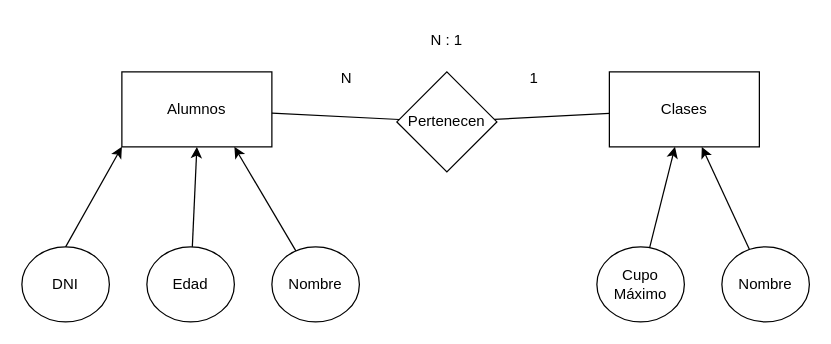
Above: escuela.drawio in pedronieto84/lowcode-nocode (draw.io), before the change. Source tidied: cells renumbered, new cells numbered last; positions are measured from the earlier drawing's top-left corner, leaving out a move shared by most shapes. Both pictures are drawn from the tidied source at 125%, with x=0, y=0 at pixel (21, 21).
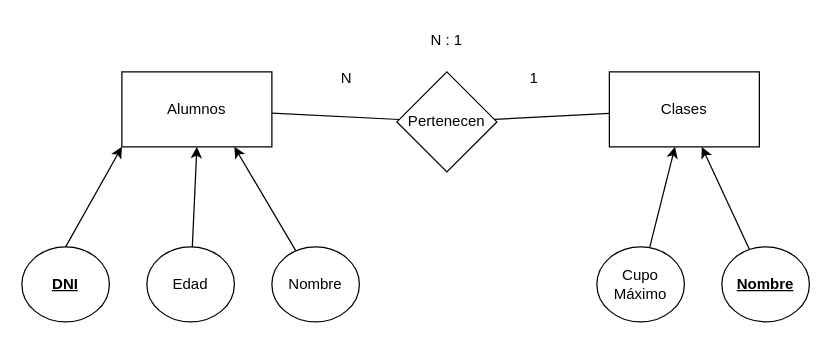
Above is the later version.

Commit message (it also covers changes not shown here):
Afegeixo la clau primaria per cada entitat.

Change to the diagram source:
```diff
@@
 <mxGraphModel>
   <root>
     <mxCell id="0" />
     <mxCell id="1" parent="0" />
     <mxCell id="2" value="Alumnos" style="rounded=0;whiteSpace=wrap;html=1;" parent="1" vertex="1">
       <mxGeometry x="80" y="40" width="120" height="60" as="geometry" />
     </mxCell>
     <mxCell id="3" value="Clases" style="rounded=0;whiteSpace=wrap;html=1;" parent="1" vertex="1">
       <mxGeometry x="470" y="40" width="120" height="60" as="geometry" />
     </mxCell>
     <mxCell id="4" style="edgeStyle=none;html=1;entryX=0.5;entryY=1;entryDx=0;entryDy=0;" parent="1" edge="1" source="5" target="2">
       <mxGeometry relative="1" as="geometry" />
     </mxCell>
     <mxCell id="5" value="Edad" style="ellipse;whiteSpace=wrap;html=1;" parent="1" vertex="1">
       <mxGeometry x="100" y="180" width="70" height="60" as="geometry" />
     </mxCell>
     <mxCell id="6" style="edgeStyle=none;html=1;entryX=0.75;entryY=1;entryDx=0;entryDy=0;" parent="1" edge="1" source="7" target="2">
       <mxGeometry relative="1" as="geometry" />
     </mxCell>
     <mxCell id="7" value="Nombre" style="ellipse;whiteSpace=wrap;html=1;" parent="1" vertex="1">
       <mxGeometry x="200" y="180" width="70" height="60" as="geometry" />
     </mxCell>
     <mxCell id="8" style="edgeStyle=none;html=1;exitX=0.5;exitY=0;exitDx=0;exitDy=0;entryX=0;entryY=1;entryDx=0;entryDy=0;" parent="1" edge="1" source="9" target="2">
       <mxGeometry relative="1" as="geometry" />
     </mxCell>
-    <mxCell id="9" value="DNI" style="ellipse;whiteSpace=wrap;html=1;" parent="1" vertex="1">
+    <mxCell id="9" value="DNI" style="ellipse;whiteSpace=wrap;html=1;fontStyle=5;" parent="1" vertex="1">
       <mxGeometry y="180" width="70" height="60" as="geometry" />
     </mxCell>
     <mxCell id="10" style="edgeStyle=none;html=1;" parent="1" edge="1" source="11" target="3">
       <mxGeometry relative="1" as="geometry" />
     </mxCell>
     <mxCell id="11" value="Cupo Máximo" style="ellipse;whiteSpace=wrap;html=1;" parent="1" vertex="1">
       <mxGeometry x="460" y="180" width="70" height="60" as="geometry" />
     </mxCell>
     <mxCell id="12" style="edgeStyle=none;html=1;" parent="1" edge="1" source="13" target="3">
       <mxGeometry relative="1" as="geometry" />
     </mxCell>
-    <mxCell id="13" value="Nombre" style="ellipse;whiteSpace=wrap;html=1;" parent="1" vertex="1">
+    <mxCell id="13" value="Nombre" style="ellipse;whiteSpace=wrap;html=1;fontStyle=5;" parent="1" vertex="1">
       <mxGeometry x="560" y="180" width="70" height="60" as="geometry" />
     </mxCell>
     <mxCell id="14" style="edgeStyle=none;html=1;endArrow=none;endFill=0;" parent="1" edge="1" source="16" target="2">
       <mxGeometry relative="1" as="geometry" />
     </mxCell>
     <mxCell id="15" style="edgeStyle=none;html=1;endArrow=none;endFill=0;" parent="1" edge="1" source="16" target="3">
       <mxGeometry relative="1" as="geometry" />
     </mxCell>
     <mxCell id="16" value="Pertenecen" style="rhombus;whiteSpace=wrap;html=1;" parent="1" vertex="1">
       <mxGeometry x="300" y="40" width="80" height="80" as="geometry" />
     </mxCell>
     <mxCell id="17" value="N : 1" style="text;html=1;strokeColor=none;fillColor=none;align=center;verticalAlign=middle;whiteSpace=wrap;rounded=0;" parent="1" vertex="1">
       <mxGeometry x="310" width="60" height="30" as="geometry" />
     </mxCell>
     <mxCell id="18" value="1" style="text;html=1;strokeColor=none;fillColor=none;align=center;verticalAlign=middle;whiteSpace=wrap;rounded=0;" parent="1" vertex="1">
       <mxGeometry x="380" y="30" width="60" height="30" as="geometry" />
     </mxCell>
     <mxCell id="19" value="N" style="text;html=1;strokeColor=none;fillColor=none;align=center;verticalAlign=middle;whiteSpace=wrap;rounded=0;" parent="1" vertex="1">
       <mxGeometry x="230" y="30" width="60" height="30" as="geometry" />
     </mxCell>
   </root>
 </mxGraphModel>
```
